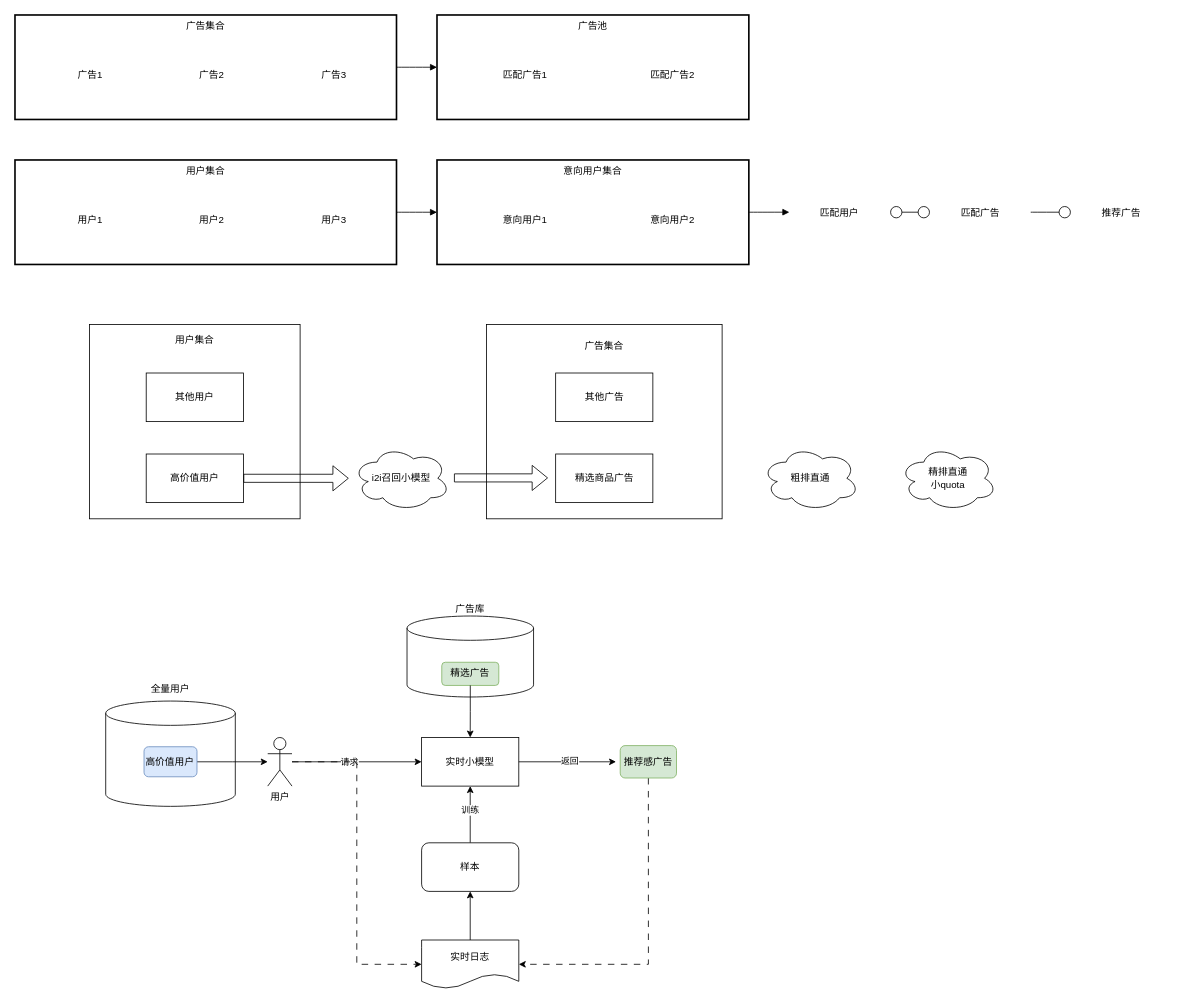
Before: page "总体架构" (1 of 2) of i2i小模型.drawio in TimDengx86/diag, a draw.io diagram. Source tidied: cells renumbered, new cells numbered last; positions are measured from the earlier drawing's top-left corner, leaving out a move shared by most shapes. Both pictures are drawn from the tidied source at 81%, with x=0, y=0 at pixel (15, 15).
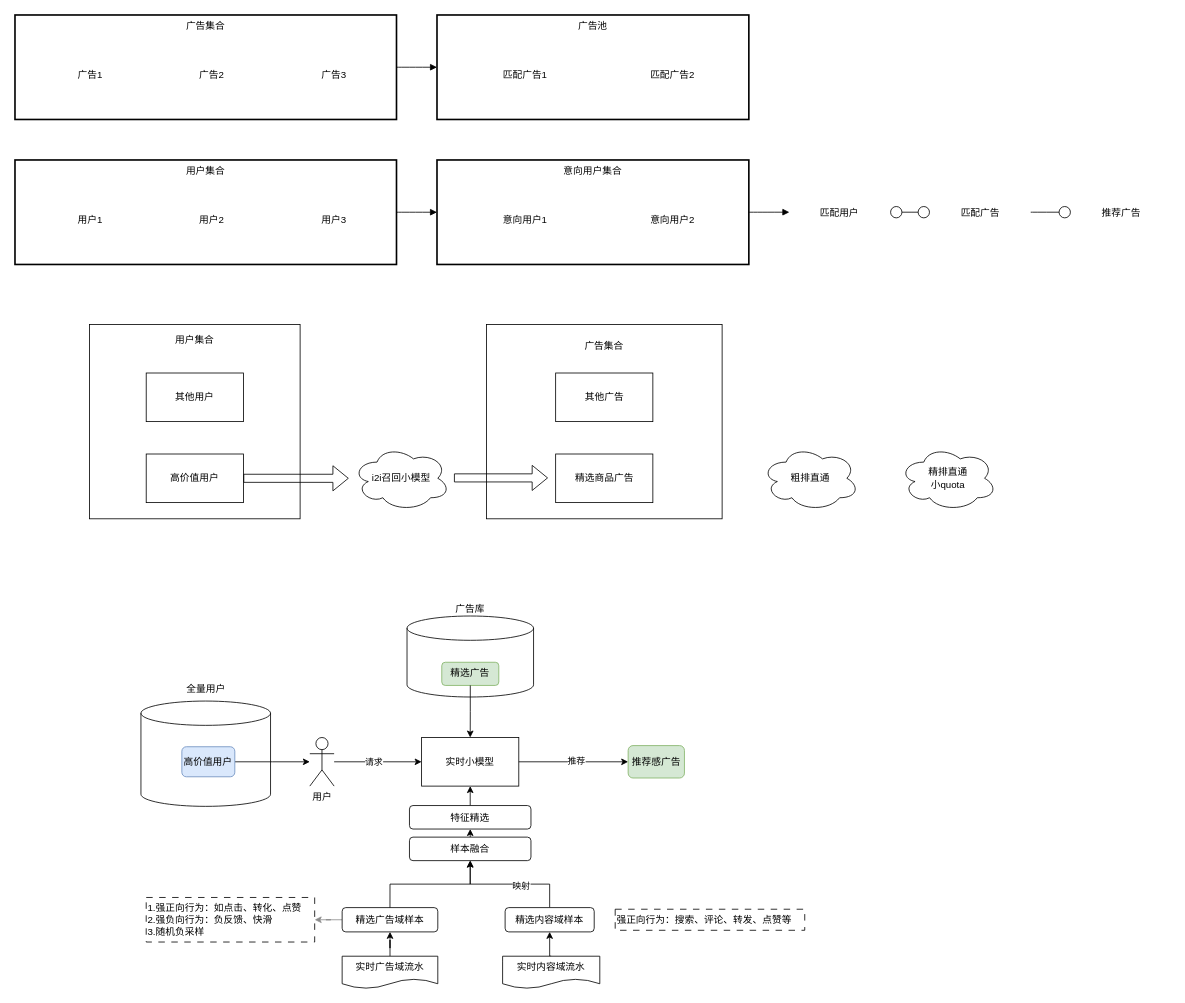
Above is the later version.

Commit message:
更新i2i小模型.drawio

The change refers to these unchanged cells:
```xml
<mxCell id="38" value="实时小模型" style="rounded=0;whiteSpace=wrap;html=1;" parent="1" vertex="1">
  <mxGeometry x="502" y="892" width="120" height="60" as="geometry" />
</mxCell>
```

The edit, as a diff of the source:
```diff
@@
-    <mxCell id="41" style="edgeStyle=orthogonalEdgeStyle;rounded=0;jettySize=auto;html=1;entryX=0;entryY=0.5;entryDx=0;entryDy=0;dashed=1;dashPattern=8 8;" parent="1" edge="1" source="42" target="54">
-      <mxGeometry relative="1" as="geometry" />
-    </mxCell>
     <mxCell id="42" value="用户" style="shape=umlActor;verticalLabelPosition=bottom;verticalAlign=top;html=1;outlineConnect=0;" parent="1" vertex="1">
-      <mxGeometry x="312" y="892" width="30" height="60" as="geometry" />
+      <mxGeometry x="364" y="892" width="30" height="60" as="geometry" />
     </mxCell>
-    <mxCell id="43" style="endArrow=classic;html=1;rounded=0;exitX=1;exitY=0.5;exitDx=0;exitDy=0;" parent="1" edge="1" source="38">
-      <mxGeometry relative="1" as="geometry">
-        <mxPoint x="742" y="922" as="targetPoint" />
-      </mxGeometry>
+    <mxCell id="43" style="endArrow=classic;html=1;rounded=0;exitX=1;exitY=0.5;exitDx=0;exitDy=0;entryX=0;entryY=0.5;entryDx=0;entryDy=0;" parent="1" edge="1" source="38" target="46">
+      <mxGeometry relative="1" as="geometry" />
     </mxCell>
-    <mxCell id="44" value="返回" style="edgeLabel;html=1;align=center;verticalAlign=middle;" parent="43" vertex="1">
+    <mxCell id="44" value="推荐" style="edgeLabel;html=1;align=center;verticalAlign=middle;" parent="43" vertex="1">
       <mxGeometry x="0.03" y="2" relative="1" as="geometry" />
     </mxCell>
-    <mxCell id="45" style="edgeStyle=orthogonalEdgeStyle;rounded=0;jettySize=auto;html=1;entryX=1;entryY=0.5;entryDx=0;entryDy=0;exitX=0.5;exitY=1;exitDx=0;exitDy=0;dashed=1;dashPattern=8 8;" parent="1" edge="1" source="46" target="54">
-      <mxGeometry relative="1" as="geometry" />
-    </mxCell>
     <mxCell id="46" value="推荐感广告" style="rounded=1;whiteSpace=wrap;html=1;fillColor=#d5e8d4;strokeColor=#82b366;" parent="1" vertex="1">
-      <mxGeometry x="747.2" y="902" width="69.5" height="40" as="geometry" />
+      <mxGeometry x="757" y="902" width="69.5" height="40" as="geometry" />
     </mxCell>
     <mxCell id="47" value="全量用户&lt;div&gt;&lt;br&gt;&lt;/div&gt;&lt;div&gt;&lt;br&gt;&lt;/div&gt;&lt;div&gt;&lt;br&gt;&lt;/div&gt;&lt;div&gt;&lt;br&gt;&lt;/div&gt;&lt;div&gt;&lt;br&gt;&lt;/div&gt;&lt;div&gt;&lt;br&gt;&lt;/div&gt;&lt;div&gt;&lt;br&gt;&lt;/div&gt;&lt;div&gt;&lt;br&gt;&lt;/div&gt;&lt;div&gt;&lt;br&gt;&lt;/div&gt;&lt;div&gt;&lt;br&gt;&lt;/div&gt;&lt;div&gt;&lt;br&gt;&lt;/div&gt;&lt;div&gt;&lt;br&gt;&lt;/div&gt;&lt;div&gt;&lt;br&gt;&lt;/div&gt;" style="shape=cylinder3;whiteSpace=wrap;html=1;boundedLbl=1;backgroundOutline=1;size=15;" parent="1" vertex="1">
-      <mxGeometry x="112" y="847" width="160" height="130" as="geometry" />
+      <mxGeometry x="155.5" y="847" width="160" height="130" as="geometry" />
     </mxCell>
@@
     <mxCell id="49" value="高价值用户" style="rounded=1;whiteSpace=wrap;html=1;fillColor=#dae8fc;strokeColor=#6c8ebf;" parent="1" vertex="1">
-      <mxGeometry x="159.3" y="903.4" width="65.4" height="37.1" as="geometry" />
+      <mxGeometry x="206" y="903.4" width="65.4" height="37.1" as="geometry" />
     </mxCell>
@@
-    <mxCell id="51" style="edgeStyle=orthogonalEdgeStyle;rounded=0;jettySize=auto;html=1;exitX=0.5;exitY=0;exitDx=0;exitDy=0;" parent="1" edge="1" source="55" target="38">
+    <mxCell id="51" style="edgeStyle=orthogonalEdgeStyle;rounded=0;jettySize=auto;html=1;exitX=0.5;exitY=0;exitDx=0;exitDy=0;entryX=0.5;entryY=1;entryDx=0;entryDy=0;" parent="1" edge="1" source="55" target="66">
       <mxGeometry relative="1" as="geometry" />
     </mxCell>
-    <mxCell id="52" value="训练" style="edgeLabel;html=1;align=center;verticalAlign=middle;" parent="51" vertex="1">
-      <mxGeometry x="0.18" y="1" relative="1" as="geometry" />
-    </mxCell>
-    <mxCell id="53" style="edgeStyle=orthogonalEdgeStyle;rounded=0;jettySize=auto;html=1;" parent="1" edge="1" source="54" target="55">
-      <mxGeometry relative="1" as="geometry" />
-    </mxCell>
+    <mxCell id="56" style="edgeStyle=orthogonalEdgeStyle;rounded=0;jettySize=auto;html=1;" parent="1" edge="1" source="54" target="60">
+      <mxGeometry relative="1" as="geometry" />
+    </mxCell>
-    <mxCell id="54" value="实时日志" style="shape=document;whiteSpace=wrap;html=1;boundedLbl=1;" parent="1" vertex="1">
-      <mxGeometry x="502" y="1142" width="120" height="60" as="geometry" />
+    <mxCell id="54" value="实时广告域流水" style="shape=document;whiteSpace=wrap;html=1;boundedLbl=1;" parent="1" vertex="1">
+      <mxGeometry x="403.9" y="1162" width="118.1" height="40" as="geometry" />
     </mxCell>
-    <mxCell id="55" value="样本" style="rounded=1;whiteSpace=wrap;html=1;" parent="1" vertex="1">
-      <mxGeometry x="502" y="1022" width="120" height="60" as="geometry" />
+    <mxCell id="55" value="样本融合" style="rounded=1;whiteSpace=wrap;html=1;" parent="1" vertex="1">
+      <mxGeometry x="487" y="1015" width="150" height="29" as="geometry" />
     </mxCell>
+    <mxCell id="57" style="edgeStyle=orthogonalEdgeStyle;rounded=0;jettySize=auto;html=1;exitX=0.5;exitY=0;exitDx=0;exitDy=0;entryX=0.5;entryY=1;entryDx=0;entryDy=0;" parent="1" edge="1" source="58" target="63">
+      <mxGeometry relative="1" as="geometry" />
+    </mxCell>
+    <mxCell id="58" value="实时内容域流水" style="shape=document;whiteSpace=wrap;html=1;boundedLbl=1;" parent="1" vertex="1">
+      <mxGeometry x="602" y="1162" width="120" height="40" as="geometry" />
+    </mxCell>
+    <mxCell id="59" style="edgeStyle=orthogonalEdgeStyle;rounded=0;jettySize=auto;html=1;strokeColor=#8C8C8C;" parent="1" edge="1" source="60" target="67">
+      <mxGeometry relative="1" as="geometry" />
+    </mxCell>
+    <mxCell id="60" value="精选广告域样本" style="rounded=1;whiteSpace=wrap;html=1;" parent="1" vertex="1">
+      <mxGeometry x="403.9" y="1102" width="118.1" height="30" as="geometry" />
+    </mxCell>
+    <mxCell id="61" style="edgeStyle=orthogonalEdgeStyle;rounded=0;jettySize=auto;html=1;exitX=0.5;exitY=0;exitDx=0;exitDy=0;entryX=0.5;entryY=1;entryDx=0;entryDy=0;" parent="1" edge="1" source="63" target="55">
+      <mxGeometry relative="1" as="geometry" />
+    </mxCell>
+    <mxCell id="62" value="映射" style="edgeLabel;html=1;align=center;verticalAlign=middle;" parent="61" vertex="1">
+      <mxGeometry x="-0.17" y="1" relative="1" as="geometry" />
+    </mxCell>
+    <mxCell id="63" value="精选内容域样本" style="rounded=1;whiteSpace=wrap;html=1;" parent="1" vertex="1">
+      <mxGeometry x="605.1" y="1102" width="110" height="30" as="geometry" />
+    </mxCell>
+    <mxCell id="64" style="edgeStyle=orthogonalEdgeStyle;rounded=0;jettySize=auto;html=1;exitX=0.5;exitY=0;exitDx=0;exitDy=0;entryX=0.5;entryY=1;entryDx=0;entryDy=0;" parent="1" edge="1" source="60" target="55">
+      <mxGeometry relative="1" as="geometry" />
+    </mxCell>
+    <mxCell id="65" style="edgeStyle=orthogonalEdgeStyle;rounded=0;jettySize=auto;html=1;exitX=0.5;exitY=0;exitDx=0;exitDy=0;entryX=0.5;entryY=1;entryDx=0;entryDy=0;" parent="1" edge="1" source="66" target="38">
+      <mxGeometry relative="1" as="geometry" />
+    </mxCell>
+    <mxCell id="66" value="特征精选" style="rounded=1;whiteSpace=wrap;html=1;" parent="1" vertex="1">
+      <mxGeometry x="487" y="976" width="150" height="29" as="geometry" />
+    </mxCell>
+    <mxCell id="67" value="1.强正向行为：如点击、转化、点赞&lt;div&gt;2.强负向行为：负反馈、快滑&lt;/div&gt;&lt;div&gt;3.随机负采样&lt;/div&gt;" style="text;html=1;align=left;verticalAlign=middle;points=[];strokeColor=default;fillColor=none;dashed=1;dashPattern=8 8;" parent="1" vertex="1">
+      <mxGeometry x="162" y="1089.5" width="208" height="55" as="geometry" />
+    </mxCell>
+    <mxCell id="68" value="强正向行为：搜索、评论、转发、点赞等" style="text;html=1;align=left;verticalAlign=middle;strokeColor=default;fillColor=none;dashed=1;dashPattern=8 8;" parent="1" vertex="1">
+      <mxGeometry x="741" y="1104" width="234" height="26" as="geometry" />
+    </mxCell>
```
